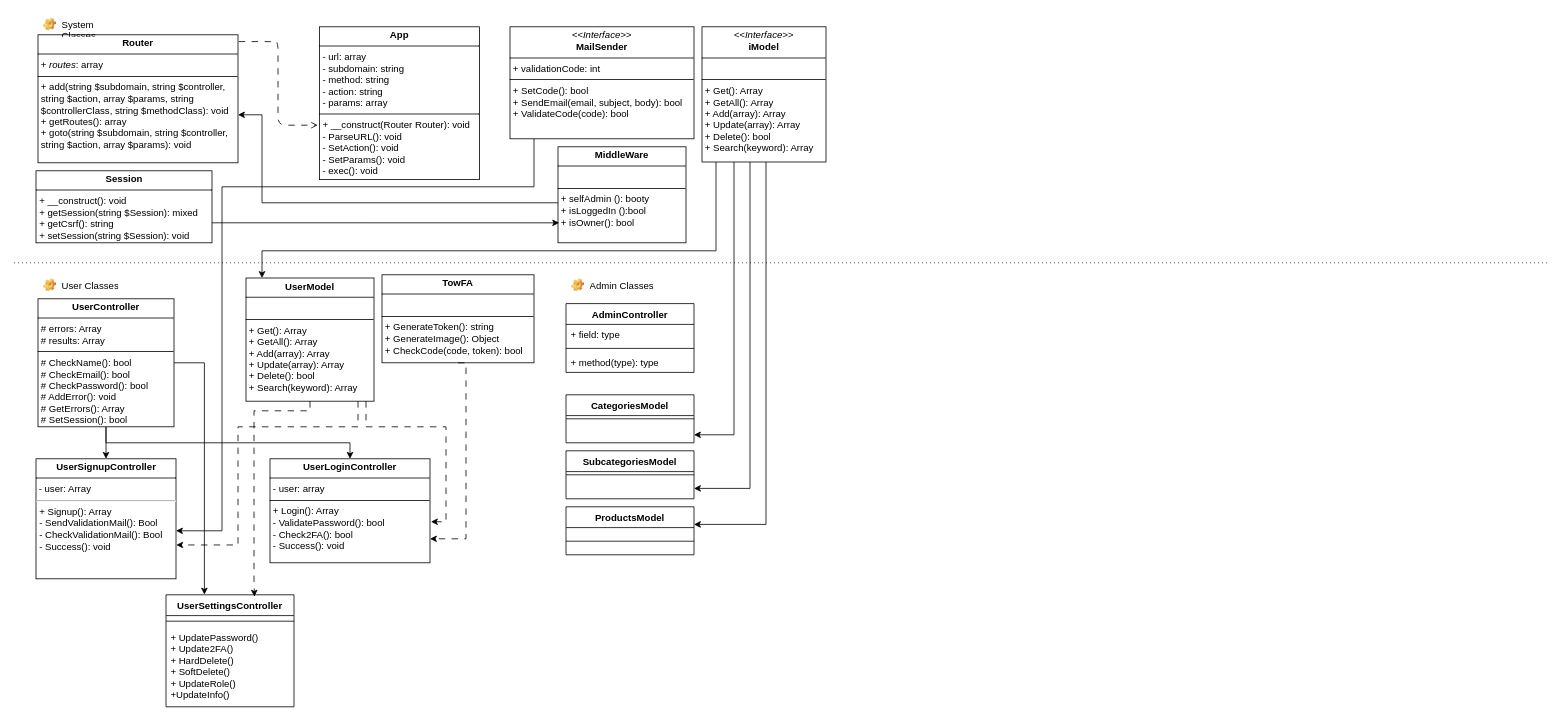
Earlier version of the draw.io diagram docs/Untitled Diagram.drawio (mohamedsaleh077/store.com). Source tidied: cells renumbered, new cells numbered last; positions are measured from the earlier drawing's top-left corner, leaving out a move shared by most shapes. Both pictures are drawn from the tidied source at 80%, with x=0, y=0 at pixel (14, 14).
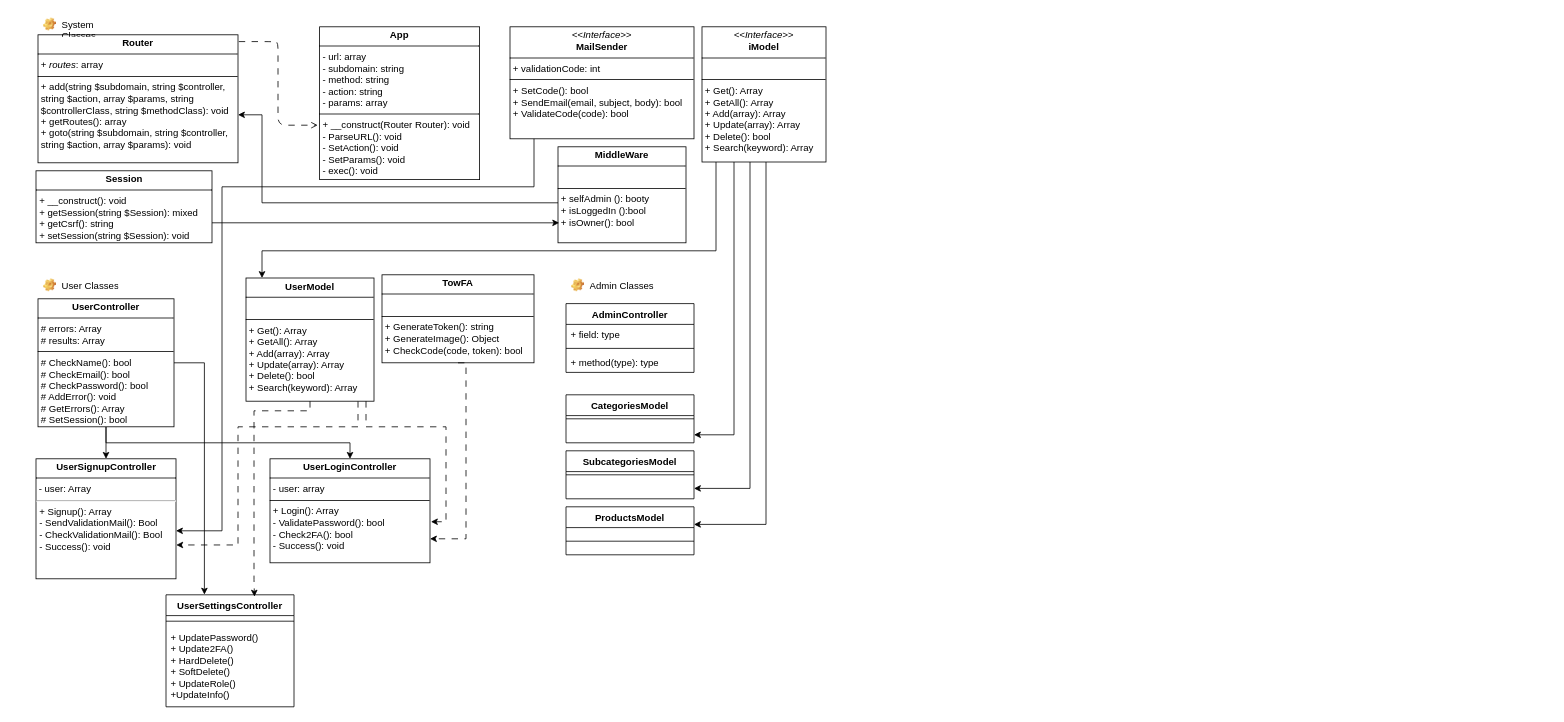
After the change.

What changed in the source:
```diff
@@
-    <mxCell id="20" style="line;strokeWidth=1;fillColor=none;align=left;verticalAlign=middle;spacingTop=-1;spacingLeft=3;spacingRight=3;labelPosition=right;strokeColor=inherit;dashed=1;dashPattern=1 4;" parent="1" vertex="1">
-      <mxGeometry y="307" width="1920" height="8" as="geometry" />
-    </mxCell>
```
